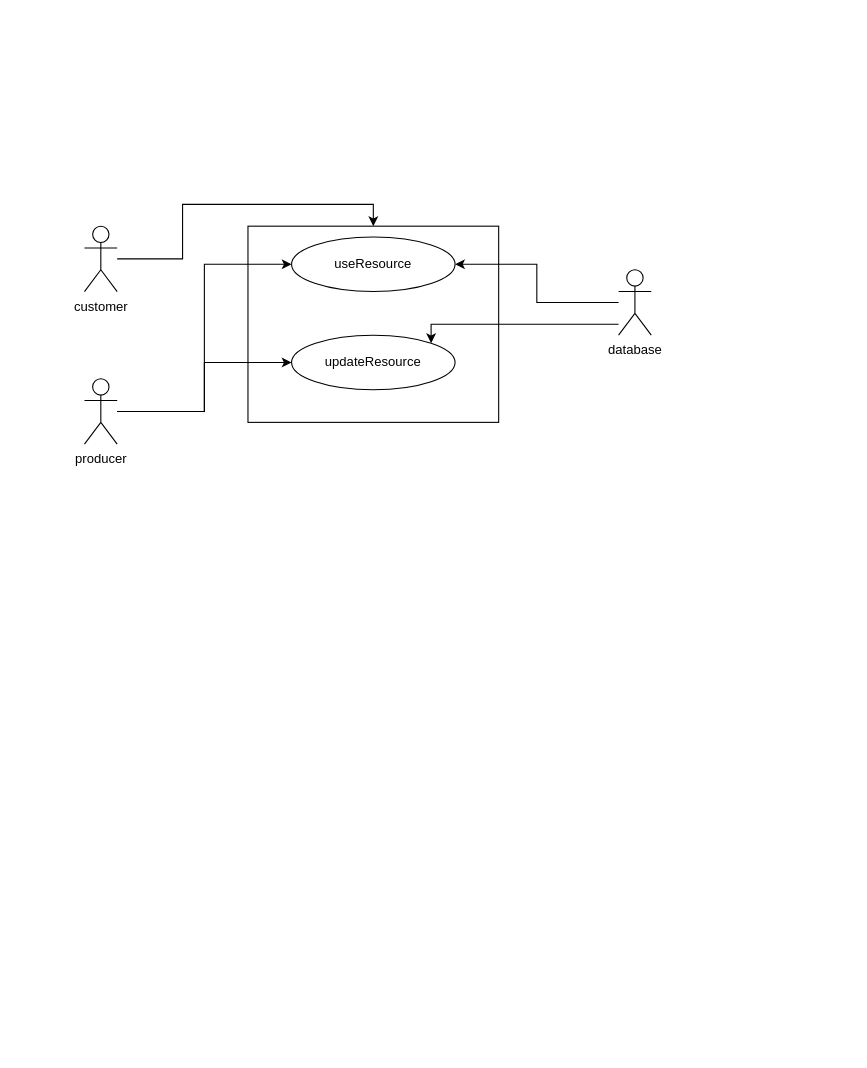
Before: page "페이지-1" (1 of 2) of 제목 없는 다이어그램.drawio in gihyeon6394/dev-essentials, a draw.io diagram. Source tidied: cells renumbered, new cells numbered last; positions are measured from the earlier drawing's top-left corner, leaving out a move shared by most shapes. Both pictures are drawn from the tidied source at 109%, with x=0, y=0 at pixel (84, 226).
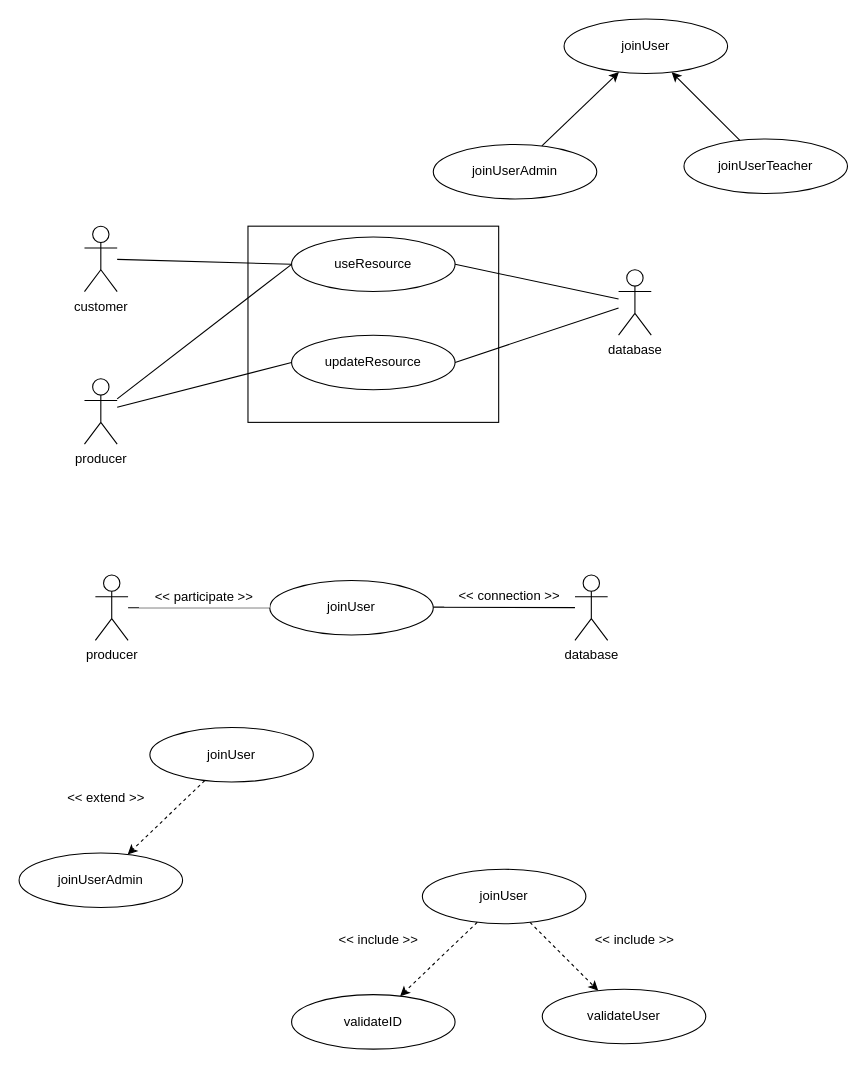
After the change.

Commit message (it also covers changes not shown here):
제목 없는 다이어그램.drawio 업데이트

Unchanged cells that the change refers to:
```xml
<mxCell id="3" value="customer" style="shape=umlActor;verticalLabelPosition=bottom;verticalAlign=top;html=1;outlineConnect=0;" parent="1" vertex="1">
  <mxGeometry width="30" height="60" as="geometry" />
</mxCell>
<mxCell id="4" style="whiteSpace=wrap;html=1;verticalAlign=top;" parent="1" vertex="1">
  <mxGeometry x="150" width="230" height="180" as="geometry" />
</mxCell>
<mxCell id="7" value="producer" style="shape=umlActor;verticalLabelPosition=bottom;verticalAlign=top;html=1;outlineConnect=0;" parent="1" vertex="1">
  <mxGeometry y="140" width="30" height="60" as="geometry" />
</mxCell>
<mxCell id="10" value="database" style="shape=umlActor;verticalLabelPosition=bottom;verticalAlign=top;html=1;outlineConnect=0;" parent="1" vertex="1">
  <mxGeometry x="490" y="40" width="30" height="60" as="geometry" />
</mxCell>
<mxCell id="11" value="useResource" style="ellipse;whiteSpace=wrap;html=1;" parent="1" vertex="1">
  <mxGeometry x="190" y="10" width="150" height="50" as="geometry" />
</mxCell>
<mxCell id="12" value="updateResource" style="ellipse;whiteSpace=wrap;html=1;" parent="1" vertex="1">
  <mxGeometry x="190" y="100" width="150" height="50" as="geometry" />
</mxCell>
```

What changed in the source:
```diff
@@
-    <mxCell id="2" style="edgeStyle=orthogonalEdgeStyle;rounded=0;jettySize=auto;html=1;entryX=0.5;entryY=0;entryDx=0;entryDy=0;" parent="1" edge="1" source="3" target="4">
-      <mxGeometry relative="1" as="geometry" />
-    </mxCell>
@@
-    <mxCell id="5" style="edgeStyle=orthogonalEdgeStyle;rounded=0;jettySize=auto;html=1;entryX=0;entryY=0.5;entryDx=0;entryDy=0;" parent="1" edge="1" source="7" target="12">
-      <mxGeometry relative="1" as="geometry" />
-    </mxCell>
-    <mxCell id="6" style="edgeStyle=orthogonalEdgeStyle;rounded=0;jettySize=auto;html=1;entryX=0;entryY=0.5;entryDx=0;entryDy=0;" parent="1" edge="1" source="7" target="11">
-      <mxGeometry relative="1" as="geometry" />
-    </mxCell>
@@
-    <mxCell id="8" style="edgeStyle=orthogonalEdgeStyle;rounded=0;jettySize=auto;html=1;entryX=1;entryY=0;entryDx=0;entryDy=0;" parent="1" edge="1" source="10" target="12">
-      <mxGeometry relative="1" as="geometry">
-        <Array as="points">
-          <mxPoint x="318" y="90" />
-        </Array>
-      </mxGeometry>
-    </mxCell>
-    <mxCell id="9" style="edgeStyle=orthogonalEdgeStyle;rounded=0;jettySize=auto;html=1;entryX=1;entryY=0.5;entryDx=0;entryDy=0;" parent="1" edge="1" source="10" target="11">
-      <mxGeometry relative="1" as="geometry" />
-    </mxCell>
@@
+    <mxCell id="13" value="producer" style="shape=umlActor;verticalLabelPosition=bottom;verticalAlign=top;html=1;outlineConnect=0;" parent="1" vertex="1">
+      <mxGeometry x="10" y="320" width="30" height="60" as="geometry" />
+    </mxCell>
+    <mxCell id="14" value="joinUser" style="ellipse;whiteSpace=wrap;html=1;" parent="1" vertex="1">
+      <mxGeometry x="170" y="325" width="150" height="50" as="geometry" />
+    </mxCell>
+    <mxCell id="15" value="database" style="shape=umlActor;verticalLabelPosition=bottom;verticalAlign=top;html=1;outlineConnect=0;" parent="1" vertex="1">
+      <mxGeometry x="450" y="320" width="30" height="60" as="geometry" />
+    </mxCell>
+    <mxCell id="16" style="endArrow=none;html=1;rounded=0;entryX=0;entryY=0.5;entryDx=0;entryDy=0;" parent="1" edge="1" source="3" target="11">
+      <mxGeometry relative="1" as="geometry" />
+    </mxCell>
+    <mxCell id="6" style="endArrow=none;html=1;rounded=0;entryX=0;entryY=0.5;entryDx=0;entryDy=0;" parent="1" edge="1" source="7" target="11">
+      <mxGeometry relative="1" as="geometry" />
+    </mxCell>
+    <mxCell id="5" style="endArrow=none;html=1;rounded=0;entryX=0;entryY=0.5;entryDx=0;entryDy=0;" parent="1" edge="1" source="7" target="12">
+      <mxGeometry relative="1" as="geometry" />
+    </mxCell>
+    <mxCell id="17" style="endArrow=none;html=1;rounded=0;exitX=1;exitY=0.5;exitDx=0;exitDy=0;" parent="1" edge="1" source="12" target="10">
+      <mxGeometry relative="1" as="geometry" />
+    </mxCell>
+    <mxCell id="18" style="endArrow=none;html=1;rounded=0;exitX=1;exitY=0.5;exitDx=0;exitDy=0;" parent="1" edge="1" source="11" target="10">
+      <mxGeometry relative="1" as="geometry" />
+    </mxCell>
+    <mxCell id="19" style="endArrow=none;html=1;rounded=0;" parent="1" edge="1" source="13" target="14">
+      <mxGeometry relative="1" as="geometry" />
+    </mxCell>
+    <mxCell id="20" style="endArrow=none;html=1;rounded=0;" parent="1" edge="1" target="15">
+      <mxGeometry relative="1" as="geometry">
+        <mxPoint x="320" y="349.5" as="sourcePoint" />
+      </mxGeometry>
+    </mxCell>
+    <mxCell id="21" value="&amp;lt;&amp;lt; participate &amp;gt;&amp;gt;" style="whiteSpace=wrap;html=1;strokeColor=none;" parent="1" vertex="1">
+      <mxGeometry x="50" y="330" width="120" height="20" as="geometry" />
+    </mxCell>
+    <mxCell id="22" value="&amp;lt;&amp;lt; connection &amp;gt;&amp;gt;" style="whiteSpace=wrap;html=1;strokeColor=none;" parent="1" vertex="1">
+      <mxGeometry x="330" y="329" width="120" height="20" as="geometry" />
+    </mxCell>
+    <mxCell id="23" value="joinUser" style="ellipse;whiteSpace=wrap;html=1;" parent="1" vertex="1">
+      <mxGeometry x="60" y="460" width="150" height="50" as="geometry" />
+    </mxCell>
+    <mxCell id="24" value="&amp;lt;&amp;lt; extend &amp;gt;&amp;gt;" style="whiteSpace=wrap;html=1;strokeColor=none;" parent="1" vertex="1">
+      <mxGeometry x="-40" y="515" width="120" height="20" as="geometry" />
+    </mxCell>
+    <mxCell id="25" value="joinUserAdmin" style="ellipse;whiteSpace=wrap;html=1;" parent="1" vertex="1">
+      <mxGeometry x="-60" y="575" width="150" height="50" as="geometry" />
+    </mxCell>
+    <mxCell id="26" style="endArrow=classic;html=1;rounded=0;strokeColor=default;dashed=1;" parent="1" edge="1" source="23" target="25">
+      <mxGeometry relative="1" as="geometry" />
+    </mxCell>
+    <mxCell id="27" value="joinUser" style="ellipse;whiteSpace=wrap;html=1;" parent="1" vertex="1">
+      <mxGeometry x="310" y="590" width="150" height="50" as="geometry" />
+    </mxCell>
+    <mxCell id="28" value="&amp;lt;&amp;lt; include &amp;gt;&amp;gt;" style="whiteSpace=wrap;html=1;strokeColor=none;" parent="1" vertex="1">
+      <mxGeometry x="210" y="645" width="120" height="20" as="geometry" />
+    </mxCell>
+    <mxCell id="29" value="validateID" style="ellipse;whiteSpace=wrap;html=1;" parent="1" vertex="1">
+      <mxGeometry x="190" y="705" width="150" height="50" as="geometry" />
+    </mxCell>
+    <mxCell id="30" style="endArrow=classic;html=1;rounded=0;strokeColor=default;dashed=1;" parent="1" edge="1" source="27" target="29">
+      <mxGeometry relative="1" as="geometry" />
+    </mxCell>
+    <mxCell id="31" value="validateUser" style="ellipse;whiteSpace=wrap;html=1;" parent="1" vertex="1">
+      <mxGeometry x="420" y="700" width="150" height="50" as="geometry" />
+    </mxCell>
+    <mxCell id="32" style="endArrow=classic;html=1;rounded=0;strokeColor=default;dashed=1;" parent="1" edge="1" source="27" target="31">
+      <mxGeometry relative="1" as="geometry" />
+    </mxCell>
+    <mxCell id="33" value="&amp;lt;&amp;lt; include &amp;gt;&amp;gt;" style="whiteSpace=wrap;html=1;strokeColor=none;" parent="1" vertex="1">
+      <mxGeometry x="445" y="645" width="120" height="20" as="geometry" />
+    </mxCell>
+    <mxCell id="34" value="joinUser" style="ellipse;whiteSpace=wrap;html=1;" parent="1" vertex="1">
+      <mxGeometry x="440" y="-190" width="150" height="50" as="geometry" />
+    </mxCell>
+    <mxCell id="35" value="joinUserAdmin" style="ellipse;whiteSpace=wrap;html=1;" parent="1" vertex="1">
+      <mxGeometry x="320" y="-75" width="150" height="50" as="geometry" />
+    </mxCell>
+    <mxCell id="36" value="joinUserTeacher" style="ellipse;whiteSpace=wrap;html=1;" parent="1" vertex="1">
+      <mxGeometry x="550" y="-80" width="150" height="50" as="geometry" />
+    </mxCell>
+    <mxCell id="37" style="endArrow=classic;html=1;rounded=0;" parent="1" edge="1" source="35" target="34">
+      <mxGeometry relative="1" as="geometry" />
+    </mxCell>
+    <mxCell id="38" style="endArrow=classic;html=1;rounded=0;" parent="1" edge="1" source="36" target="34">
+      <mxGeometry relative="1" as="geometry" />
+    </mxCell>
```
